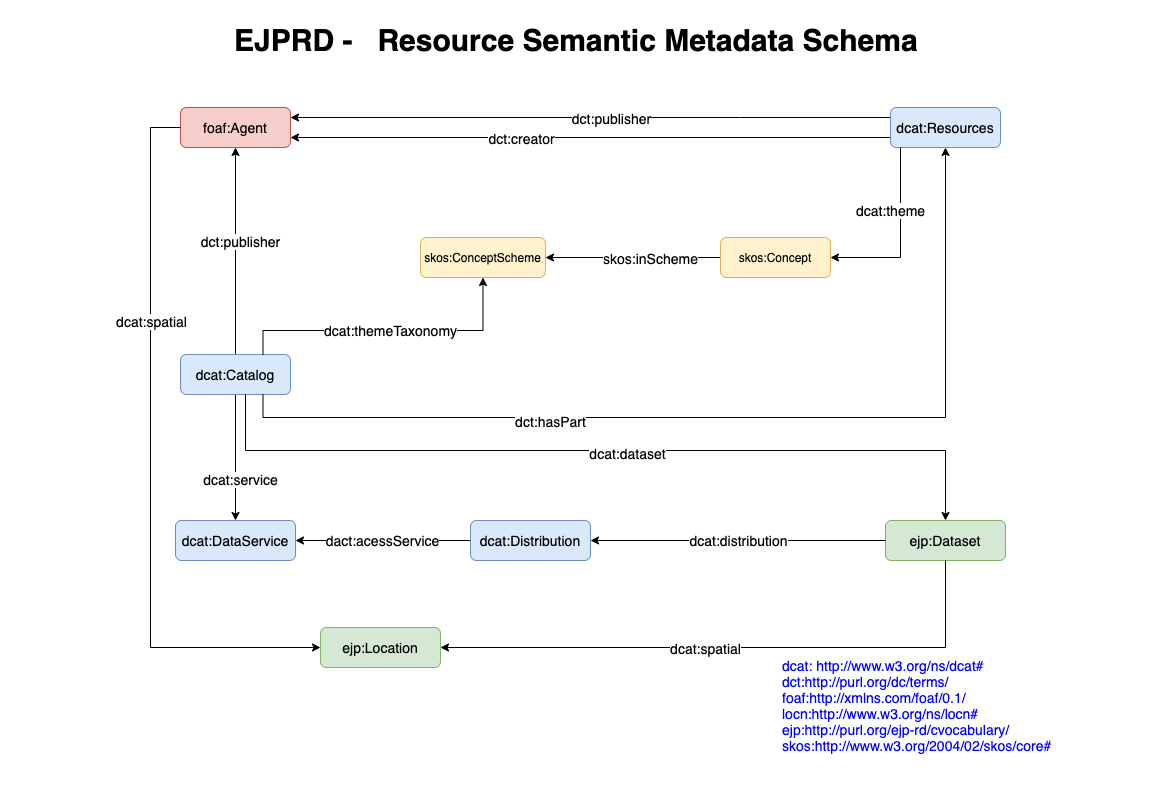
This is images/resourceSematicMetadataModel.png from ejp-rd-vp/resource-metadata-schema, a draw.io export, as it was before one commit. Source tidied: cells renumbered, new cells last; positions are measured from the earlier drawing's top-left corner, leaving out a move shared by most shapes.
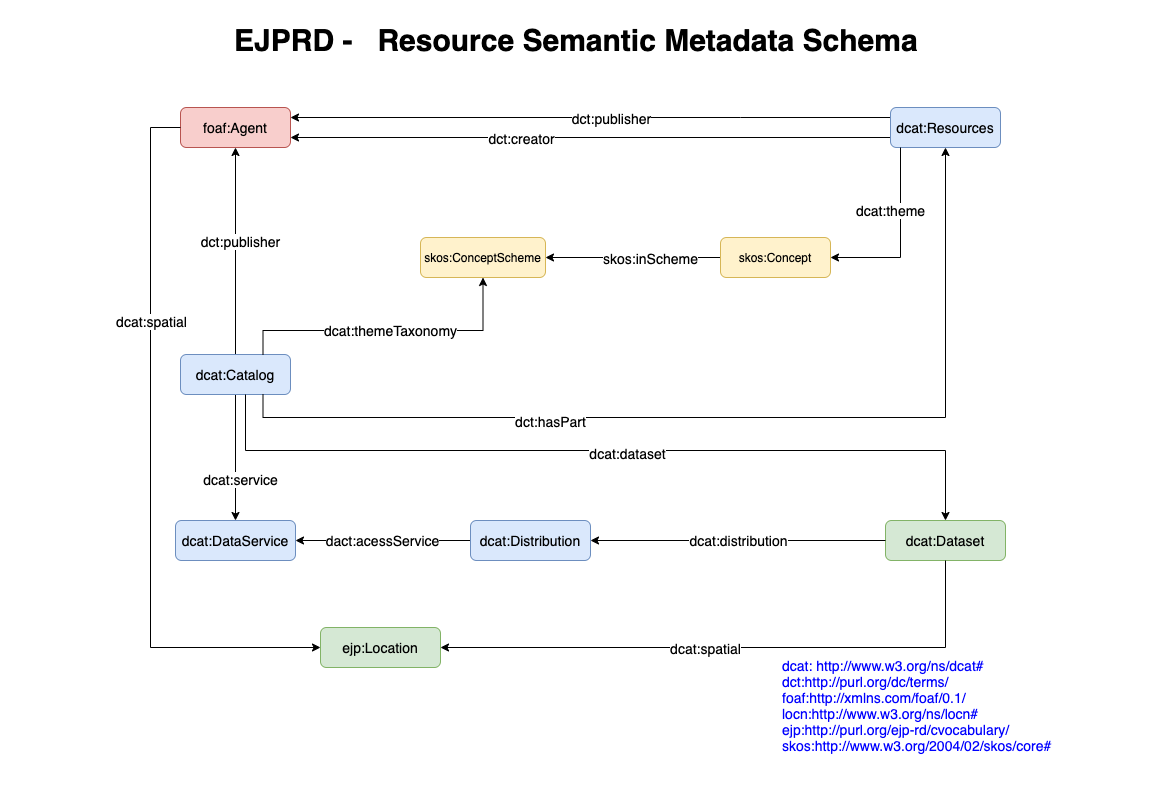
After the commit.

Commit message:
Update resourceSematicMetadataModel.png removed the dcat:CatalogRecord class.

Change to the diagram source:
```diff
@@ -51,7 +51,7 @@
         <mxPoint x="-54" y="150" as="offset" />
       </mxGeometry>
     </mxCell>
-    <mxCell id="14" value="&lt;font style=&quot;font-size: 14px&quot;&gt;ejp:Dataset&lt;/font&gt;" style="rounded=1;whiteSpace=wrap;html=1;fillColor=#d5e8d4;strokeColor=#82b366;" parent="1" vertex="1">
+    <mxCell id="14" value="&lt;font style=&quot;font-size: 14px&quot;&gt;dcat:Dataset&lt;/font&gt;" style="rounded=1;whiteSpace=wrap;html=1;fillColor=#d5e8d4;strokeColor=#82b366;" parent="1" vertex="1">
       <mxGeometry x="865" y="500" width="120" height="40" as="geometry" />
     </mxCell>
     <mxCell id="15" style="edgeStyle=orthogonalEdgeStyle;rounded=0;jettySize=auto;html=1;" parent="1" edge="1" source="7" target="14">
```
